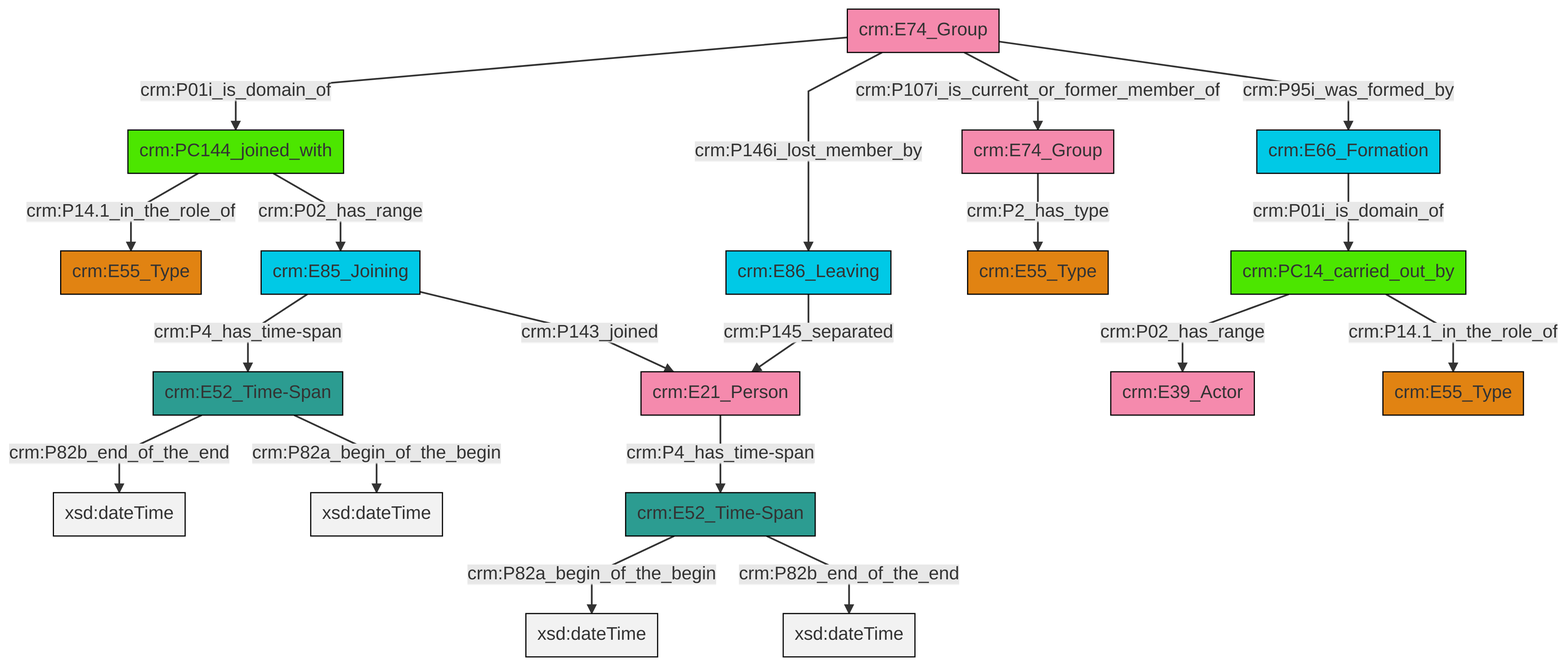
The Mermaid diagram et/groupCSV/ttl/mmd/png/group_actor_relations.png in swiss-art-research-net/docs.swissartresearch, before a commit. Its source is kept beside it as et/groupCSV/ttl/mmd/group_actor_relations.ttl.mmd.
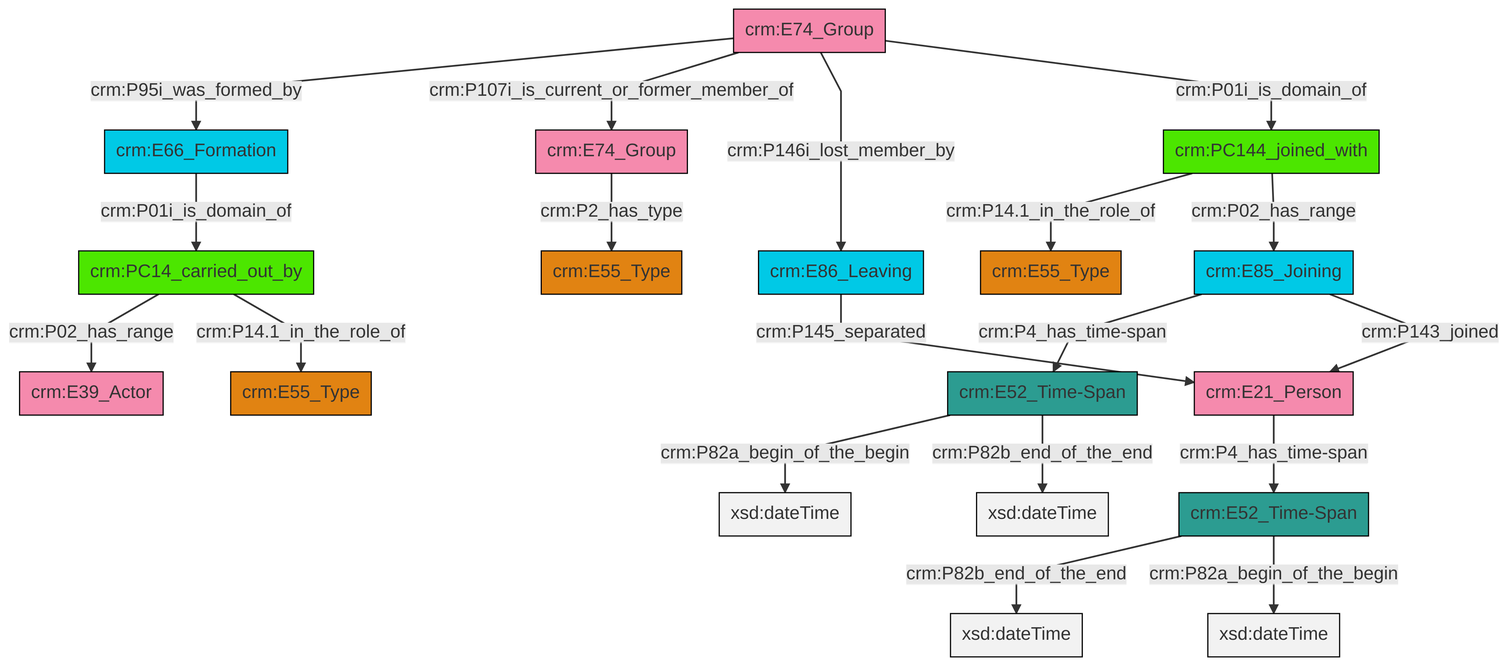
After the change.

What changed in the source:
```diff
@@ -13,21 +13,21 @@
 classDef PC_Classes fill:#4ce600, stroke:#000000;
 classDef Multi fill:#cccccc,stroke:#000000;
 
-5["crm:E85_Joining"]:::Temporal_Entity -->|crm:P4_has_time-span| 6["crm:E52_Time-Span"]:::Time-Span
-7["crm:E74_Group"]:::Actor -->|crm:P01i_is_domain_of| 8["crm:PC144_joined_with"]:::PC_Classes
-8["crm:PC144_joined_with"]:::PC_Classes -->|crm:P14.1_in_the_role_of| 3["crm:E55_Type"]:::Type
-8["crm:PC144_joined_with"]:::PC_Classes -->|crm:P02_has_range| 5["crm:E85_Joining"]:::Temporal_Entity
-9["crm:PC14_carried_out_by"]:::PC_Classes -->|crm:P02_has_range| 14["crm:E39_Actor"]:::Actor
-12["crm:E52_Time-Span"]:::Time-Span -->|crm:P82a_begin_of_the_begin| 18[xsd:dateTime]:::Literal
-19["crm:E66_Formation"]:::Temporal_Entity -->|crm:P01i_is_domain_of| 9["crm:PC14_carried_out_by"]:::PC_Classes
-12["crm:E52_Time-Span"]:::Time-Span -->|crm:P82b_end_of_the_end| 23[xsd:dateTime]:::Literal
-5["crm:E85_Joining"]:::Temporal_Entity -->|crm:P143_joined| 24["crm:E21_Person"]:::Actor
-7["crm:E74_Group"]:::Actor -->|crm:P146i_lost_member_by| 25["crm:E86_Leaving"]:::Temporal_Entity
-6["crm:E52_Time-Span"]:::Time-Span -->|crm:P82b_end_of_the_end| 27[xsd:dateTime]:::Literal
-24["crm:E21_Person"]:::Actor -->|crm:P4_has_time-span| 12["crm:E52_Time-Span"]:::Time-Span
-28["crm:E74_Group"]:::Actor -->|crm:P2_has_type| 0["crm:E55_Type"]:::Type
-25["crm:E86_Leaving"]:::Temporal_Entity -->|crm:P145_separated| 24["crm:E21_Person"]:::Actor
-6["crm:E52_Time-Span"]:::Time-Span -->|crm:P82a_begin_of_the_begin| 29[xsd:dateTime]:::Literal
-7["crm:E74_Group"]:::Actor -->|crm:P107i_is_current_or_former_member_of| 28["crm:E74_Group"]:::Actor
-7["crm:E74_Group"]:::Actor -->|crm:P95i_was_formed_by| 19["crm:E66_Formation"]:::Temporal_Entity
-9["crm:PC14_carried_out_by"]:::PC_Classes -->|crm:P14.1_in_the_role_of| 16["crm:E55_Type"]:::Type
+2["crm:E85_Joining"]:::Temporal_Entity -->|crm:P4_has_time-span| 3["crm:E52_Time-Span"]:::Time-Span
+4["crm:PC144_joined_with"]:::PC_Classes -->|crm:P14.1_in_the_role_of| 5["crm:E55_Type"]:::Type
+6["crm:E21_Person"]:::Actor -->|crm:P4_has_time-span| 7["crm:E52_Time-Span"]:::Time-Span
+8["crm:E74_Group"]:::Actor -->|crm:P95i_was_formed_by| 9["crm:E66_Formation"]:::Temporal_Entity
+11["crm:E86_Leaving"]:::Temporal_Entity -->|crm:P145_separated| 6["crm:E21_Person"]:::Actor
+9["crm:E66_Formation"]:::Temporal_Entity -->|crm:P01i_is_domain_of| 13["crm:PC14_carried_out_by"]:::PC_Classes
+13["crm:PC14_carried_out_by"]:::PC_Classes -->|crm:P02_has_range| 14["crm:E39_Actor"]:::Actor
+4["crm:PC144_joined_with"]:::PC_Classes -->|crm:P02_has_range| 2["crm:E85_Joining"]:::Temporal_Entity
+13["crm:PC14_carried_out_by"]:::PC_Classes -->|crm:P14.1_in_the_role_of| 0["crm:E55_Type"]:::Type
+3["crm:E52_Time-Span"]:::Time-Span -->|crm:P82a_begin_of_the_begin| 23[xsd:dateTime]:::Literal
+8["crm:E74_Group"]:::Actor -->|crm:P107i_is_current_or_former_member_of| 25["crm:E74_Group"]:::Actor
+25["crm:E74_Group"]:::Actor -->|crm:P2_has_type| 19["crm:E55_Type"]:::Type
+8["crm:E74_Group"]:::Actor -->|crm:P146i_lost_member_by| 11["crm:E86_Leaving"]:::Temporal_Entity
+7["crm:E52_Time-Span"]:::Time-Span -->|crm:P82b_end_of_the_end| 30[xsd:dateTime]:::Literal
+2["crm:E85_Joining"]:::Temporal_Entity -->|crm:P143_joined| 6["crm:E21_Person"]:::Actor
+8["crm:E74_Group"]:::Actor -->|crm:P01i_is_domain_of| 4["crm:PC144_joined_with"]:::PC_Classes
+3["crm:E52_Time-Span"]:::Time-Span -->|crm:P82b_end_of_the_end| 32[xsd:dateTime]:::Literal
+7["crm:E52_Time-Span"]:::Time-Span -->|crm:P82a_begin_of_the_begin| 33[xsd:dateTime]:::Literal
```
